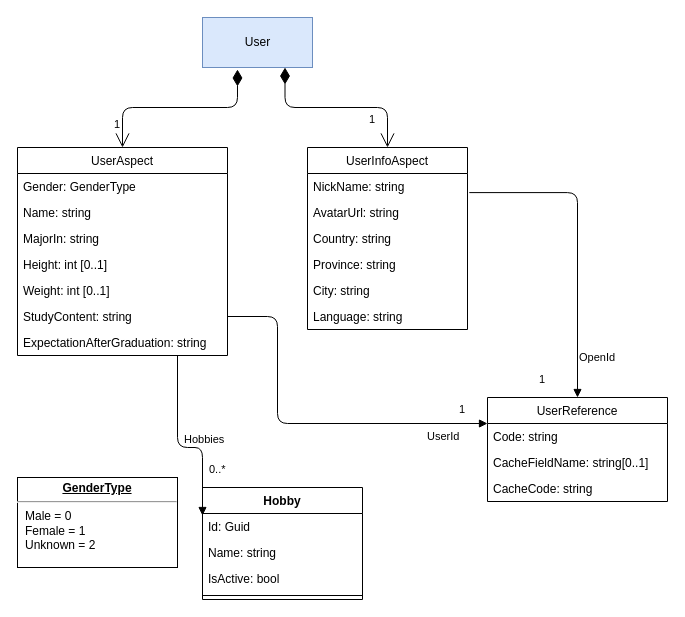
Earlier version of the draw.io diagram UML/User.drawio (sdlfly2000/MindBridgeCampServer). Source tidied: cells renumbered, new cells numbered last; positions are measured from the earlier drawing's top-left corner, leaving out a move shared by most shapes. Both pictures are drawn from the tidied source at 100%, with x=0, y=0 at pixel (17, 17).
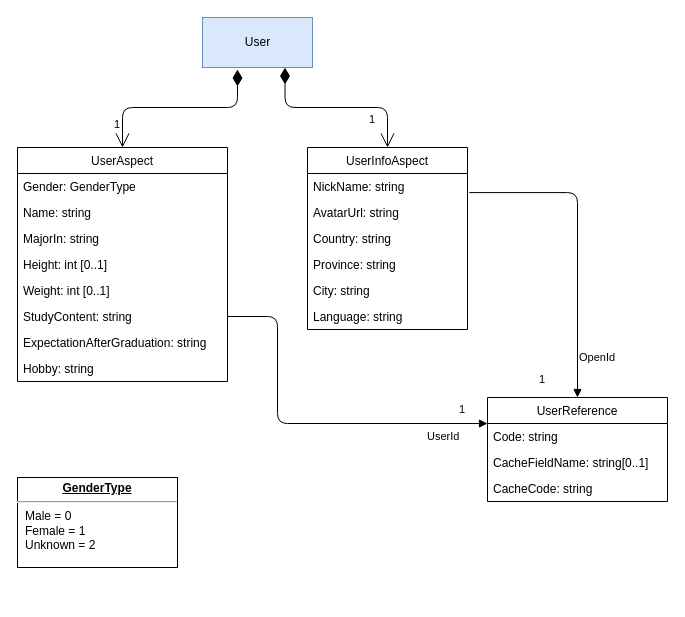
After the change.

Commit message:
Update Hobby in User of UML

Diff of the diagram source:
```diff
@@
     <mxCell id="2" value="UserAspect" style="swimlane;fontStyle=0;horizontal=1;startSize=26;fillColor=none;" parent="1" vertex="1">
-      <mxGeometry y="130" width="210" height="208" as="geometry" />
+      <mxGeometry y="130" width="210" height="234" as="geometry" />
     </mxCell>
@@
+    <mxCell id="36" value="ExpectationAfterGraduation: string" style="text;strokeColor=none;fillColor=none;align=left;verticalAlign=top;spacingLeft=4;spacingRight=4;overflow=hidden;" parent="2" vertex="1">
+      <mxGeometry y="182" width="210" height="26" as="geometry" />
+    </mxCell>
-    <mxCell id="9" value="ExpectationAfterGraduation: string" style="text;strokeColor=none;fillColor=none;align=left;verticalAlign=top;spacingLeft=4;spacingRight=4;overflow=hidden;" parent="2" vertex="1">
-      <mxGeometry y="182" width="210" height="26" as="geometry" />
+    <mxCell id="9" value="Hobby: string" style="text;strokeColor=none;fillColor=none;align=left;verticalAlign=top;spacingLeft=4;spacingRight=4;overflow=hidden;" parent="2" vertex="1">
+      <mxGeometry y="208" width="210" height="26" as="geometry" />
     </mxCell>
@@
-    <mxCell id="20" value="Hobby" style="swimlane;fontStyle=1;align=center;verticalAlign=top;horizontal=1;startSize=26;" parent="1" vertex="1">
-      <mxGeometry x="185" y="470" width="160" height="112" as="geometry" />
-    </mxCell>
-    <mxCell id="21" value="Id: Guid" style="text;strokeColor=none;fillColor=none;align=left;verticalAlign=top;spacingLeft=4;spacingRight=4;overflow=hidden;" parent="20" vertex="1">
-      <mxGeometry y="26" width="160" height="26" as="geometry" />
-    </mxCell>
-    <mxCell id="22" value="Name: string" style="text;strokeColor=none;fillColor=none;align=left;verticalAlign=top;spacingLeft=4;spacingRight=4;overflow=hidden;" parent="20" vertex="1">
-      <mxGeometry y="52" width="160" height="26" as="geometry" />
-    </mxCell>
-    <mxCell id="23" value="IsActive: bool" style="text;strokeColor=none;fillColor=none;align=left;verticalAlign=top;spacingLeft=4;spacingRight=4;overflow=hidden;" parent="20" vertex="1">
-      <mxGeometry y="78" width="160" height="26" as="geometry" />
-    </mxCell>
-    <mxCell id="24" style="line;strokeWidth=1;fillColor=none;align=left;verticalAlign=middle;spacingTop=-1;spacingLeft=3;spacingRight=3;labelPosition=right;" parent="20" vertex="1">
-      <mxGeometry y="104" width="160" height="8" as="geometry" />
-    </mxCell>
-    <mxCell id="25" value="Hobbies" style="endArrow=block;endFill=1;html=1;edgeStyle=orthogonalEdgeStyle;align=left;verticalAlign=top;entryX=0;entryY=0.25;entryDx=0;entryDy=0;" parent="1" edge="1" source="2" target="20">
-      <mxGeometry x="-0.23" y="5" relative="1" as="geometry">
-        <Array as="points">
-          <mxPoint x="160" y="430" />
-          <mxPoint x="185" y="430" />
-        </Array>
-      </mxGeometry>
-    </mxCell>
-    <mxCell id="26" value="0..*" style="edgeLabel;html=1;align=left;verticalAlign=bottom;" parent="25" vertex="1">
-      <mxGeometry x="-1" relative="1" as="geometry">
-        <mxPoint x="29.9" y="122" as="offset" />
-      </mxGeometry>
-    </mxCell>
```
